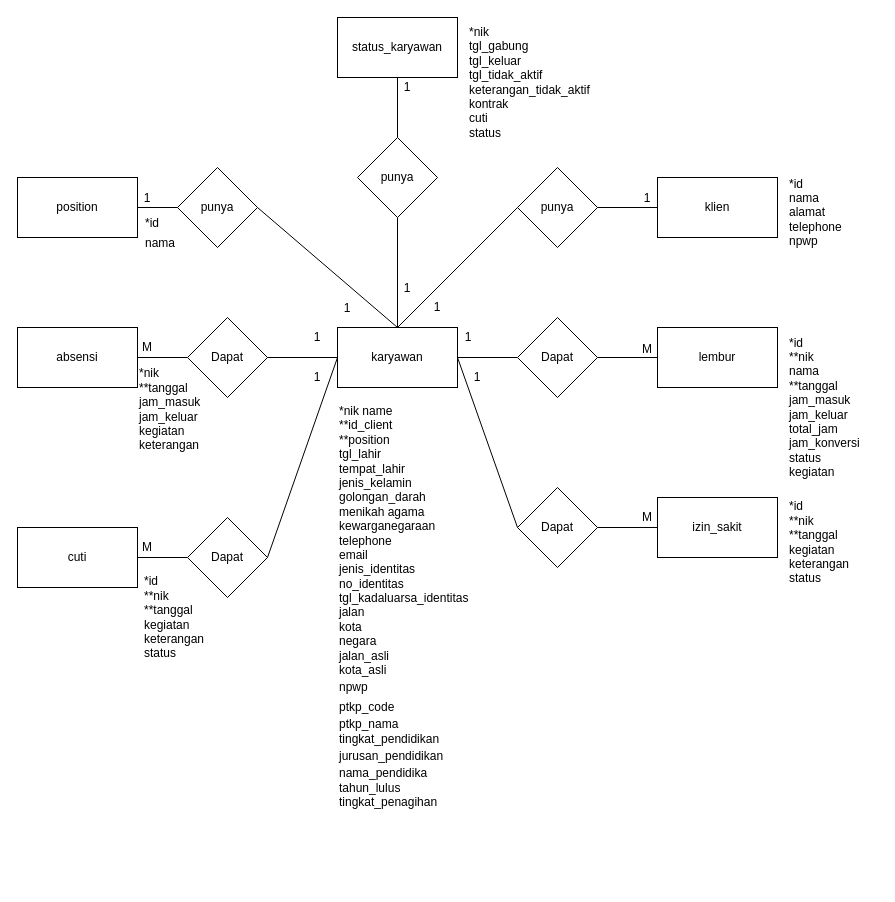
w4hyud1/leni_karyawan keeps this draw.io diagram as page "erd" (1 of 8) of Penulisan/Bab 3-revisi sidang.drawio. Above is the earlier version. Source tidied: cells renumbered, new cells numbered last; positions are measured from the earlier drawing's top-left corner, leaving out a move shared by most shapes. Both pictures are drawn from the tidied source at 100%, with x=0, y=0 at pixel (17, 17).
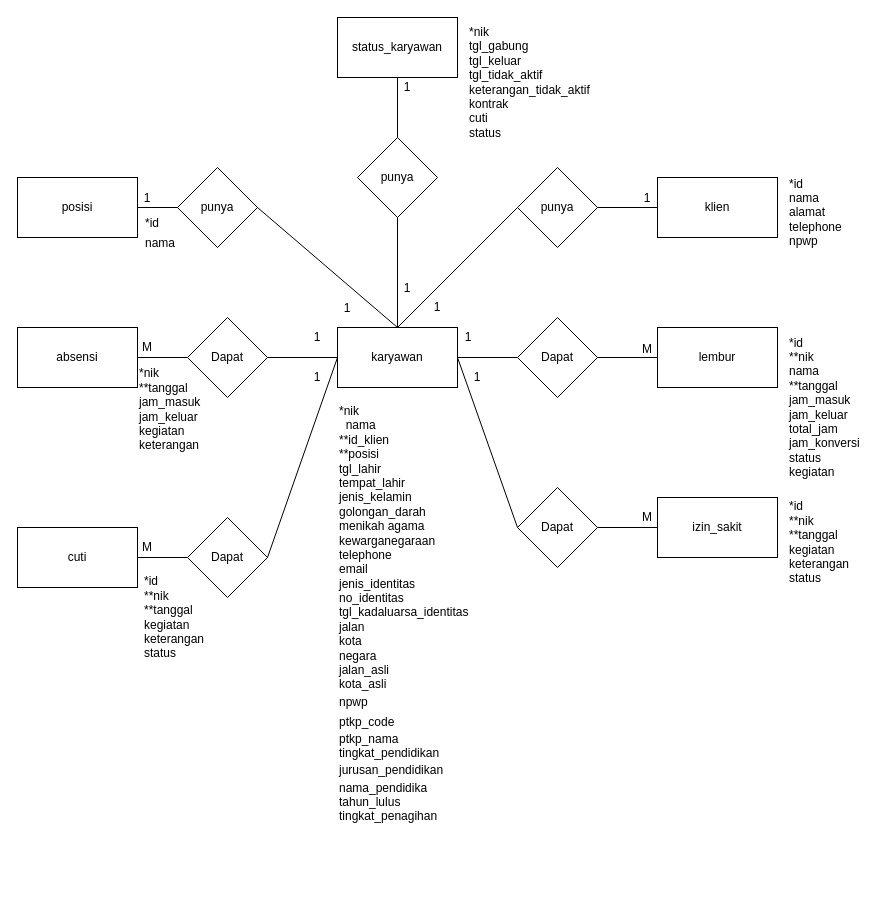
Above is the later version.

What changed in the source:
```diff
@@
-    <mxCell id="26" value="position" style="rounded=0;whiteSpace=wrap;html=1;" parent="1" vertex="1">
+    <mxCell id="26" value="posisi" style="rounded=0;whiteSpace=wrap;html=1;" parent="1" vertex="1">
       <mxGeometry y="160" width="120" height="60" as="geometry" />
     </mxCell>
@@
-    <mxCell id="52" value="&lt;div&gt;*nik    name &lt;br&gt;&lt;/div&gt;&lt;div&gt;**id_client &lt;br&gt;&lt;/div&gt;&lt;div&gt;**position &lt;br&gt;&lt;/div&gt;&lt;div&gt;tgl_lahir &lt;br&gt;&lt;/div&gt;&lt;div&gt;tempat_lahir &lt;br&gt;&lt;/div&gt;&lt;div&gt;jenis_kelamin&lt;/div&gt;    golongan_darah&lt;br&gt;    menikah    agama&lt;br&gt;&lt;div&gt;    kewarganegaraan &lt;br&gt;&lt;/div&gt;&lt;div&gt;telephone &lt;br&gt;&lt;/div&gt;&lt;div&gt;email &lt;br&gt;&lt;/div&gt;&lt;div&gt;jenis_identitas&lt;/div&gt;    no_identitas&lt;br&gt;&lt;div&gt;tgl_kadaluarsa_identitas&lt;/div&gt;&lt;div&gt;    jalan &lt;br&gt;&lt;/div&gt;&lt;div&gt;kota&lt;/div&gt;&lt;div&gt;    negara &lt;br&gt;&lt;/div&gt;&lt;div&gt;jalan_asli &lt;br&gt;&lt;/div&gt;&lt;div&gt;kota_asli&lt;/div&gt;&lt;table width=&quot;124&quot; cellspacing=&quot;0&quot; cellpadding=&quot;0&quot; border=&quot;0&quot;&gt;&lt;tbody&gt;&lt;tr style=&quot;height: 15.0pt&quot;&gt;&lt;td style=&quot;height: 15.0pt&quot; height=&quot;20&quot;&gt;npwp&lt;/td&gt;&lt;/tr&gt;&lt;tr style=&quot;height: 15.0pt&quot;&gt;&lt;td style=&quot;height: 15.0pt&quot; height=&quot;20&quot;&gt;ptkp_code&lt;/td&gt;&lt;/tr&gt;&lt;/tbody&gt;&lt;/table&gt;    &lt;table width=&quot;124&quot; cellspacing=&quot;0&quot; cellpadding=&quot;0&quot; border=&quot;0&quot;&gt;&lt;tbody&gt;&lt;tr style=&quot;height: 15.0pt&quot;&gt;&lt;td style=&quot;height: 15.0pt&quot; height=&quot;20&quot;&gt;ptkp_nama&lt;br&gt;tingkat_pendidikan&lt;br&gt;&lt;/td&gt;&lt;/tr&gt;&lt;tr style=&quot;height: 15.0pt&quot;&gt;&lt;td style=&quot;height: 15.0pt&quot; height=&quot;20&quot;&gt;jurusan_pendidikan&lt;/td&gt;&lt;/tr&gt;&lt;tr style=&quot;height: 15.0pt&quot;&gt;&lt;td style=&quot;height: 15.0pt&quot; height=&quot;20&quot;&gt;nama_pendidika&lt;br&gt;tahun_lulus&lt;br&gt;tingkat_penagihan&lt;/td&gt;&lt;/tr&gt;&lt;tr style=&quot;height: 15.0pt&quot;&gt;&lt;td style=&quot;height: 15.0pt&quot; height=&quot;20&quot;&gt;&lt;br&gt;&lt;/td&gt;&lt;/tr&gt;&lt;tr style=&quot;height: 15.0pt&quot;&gt;&lt;td style=&quot;height: 15.0pt&quot; height=&quot;20&quot;&gt;&lt;br&gt;&lt;/td&gt;&lt;/tr&gt;&lt;tr style=&quot;height: 15.0pt&quot;&gt;&lt;td style=&quot;height: 15.0pt&quot; height=&quot;20&quot;&gt;&lt;br&gt;&lt;/td&gt;&lt;/tr&gt;&lt;/tbody&gt;&lt;/table&gt;" style="text;html=1;strokeColor=none;fillColor=none;align=left;verticalAlign=top;whiteSpace=wrap;rounded=0;perimeterSpacing=7;" parent="1" vertex="1">
+    <mxCell id="52" value="&lt;div&gt;*nik    &lt;br&gt;&amp;nbsp; nama &lt;br&gt;&lt;/div&gt;&lt;div&gt;**id_klien &lt;br&gt;&lt;/div&gt;&lt;div&gt;**posisi &lt;br&gt;&lt;/div&gt;&lt;div&gt;tgl_lahir &lt;br&gt;&lt;/div&gt;&lt;div&gt;tempat_lahir &lt;br&gt;&lt;/div&gt;&lt;div&gt;jenis_kelamin&lt;/div&gt;    golongan_darah&lt;br&gt;    menikah    agama&lt;br&gt;&lt;div&gt;    kewarganegaraan &lt;br&gt;&lt;/div&gt;&lt;div&gt;telephone &lt;br&gt;&lt;/div&gt;&lt;div&gt;email &lt;br&gt;&lt;/div&gt;&lt;div&gt;jenis_identitas&lt;/div&gt;    no_identitas&lt;br&gt;&lt;div&gt;tgl_kadaluarsa_identitas&lt;/div&gt;&lt;div&gt;    jalan &lt;br&gt;&lt;/div&gt;&lt;div&gt;kota&lt;/div&gt;&lt;div&gt;    negara &lt;br&gt;&lt;/div&gt;&lt;div&gt;jalan_asli &lt;br&gt;&lt;/div&gt;&lt;div&gt;kota_asli&lt;/div&gt;&lt;table width=&quot;124&quot; cellspacing=&quot;0&quot; cellpadding=&quot;0&quot; border=&quot;0&quot;&gt;&lt;tbody&gt;&lt;tr style=&quot;height: 15.0pt&quot;&gt;&lt;td style=&quot;height: 15.0pt&quot; height=&quot;20&quot;&gt;npwp&lt;/td&gt;&lt;/tr&gt;&lt;tr style=&quot;height: 15.0pt&quot;&gt;&lt;td style=&quot;height: 15.0pt&quot; height=&quot;20&quot;&gt;ptkp_code&lt;/td&gt;&lt;/tr&gt;&lt;/tbody&gt;&lt;/table&gt;    &lt;table width=&quot;124&quot; cellspacing=&quot;0&quot; cellpadding=&quot;0&quot; border=&quot;0&quot;&gt;&lt;tbody&gt;&lt;tr style=&quot;height: 15.0pt&quot;&gt;&lt;td style=&quot;height: 15.0pt&quot; height=&quot;20&quot;&gt;ptkp_nama&lt;br&gt;tingkat_pendidikan&lt;br&gt;&lt;/td&gt;&lt;/tr&gt;&lt;tr style=&quot;height: 15.0pt&quot;&gt;&lt;td style=&quot;height: 15.0pt&quot; height=&quot;20&quot;&gt;jurusan_pendidikan&lt;/td&gt;&lt;/tr&gt;&lt;tr style=&quot;height: 15.0pt&quot;&gt;&lt;td style=&quot;height: 15.0pt&quot; height=&quot;20&quot;&gt;nama_pendidika&lt;br&gt;tahun_lulus&lt;br&gt;tingkat_penagihan&lt;/td&gt;&lt;/tr&gt;&lt;tr style=&quot;height: 15.0pt&quot;&gt;&lt;td style=&quot;height: 15.0pt&quot; height=&quot;20&quot;&gt;&lt;br&gt;&lt;/td&gt;&lt;/tr&gt;&lt;tr style=&quot;height: 15.0pt&quot;&gt;&lt;td style=&quot;height: 15.0pt&quot; height=&quot;20&quot;&gt;&lt;br&gt;&lt;/td&gt;&lt;/tr&gt;&lt;tr style=&quot;height: 15.0pt&quot;&gt;&lt;td style=&quot;height: 15.0pt&quot; height=&quot;20&quot;&gt;&lt;br&gt;&lt;/td&gt;&lt;/tr&gt;&lt;/tbody&gt;&lt;/table&gt;" style="text;html=1;strokeColor=none;fillColor=none;align=left;verticalAlign=top;whiteSpace=wrap;rounded=0;perimeterSpacing=7;" parent="1" vertex="1">
       <mxGeometry x="320" y="380" width="180" height="420" as="geometry" />
     </mxCell>
```
